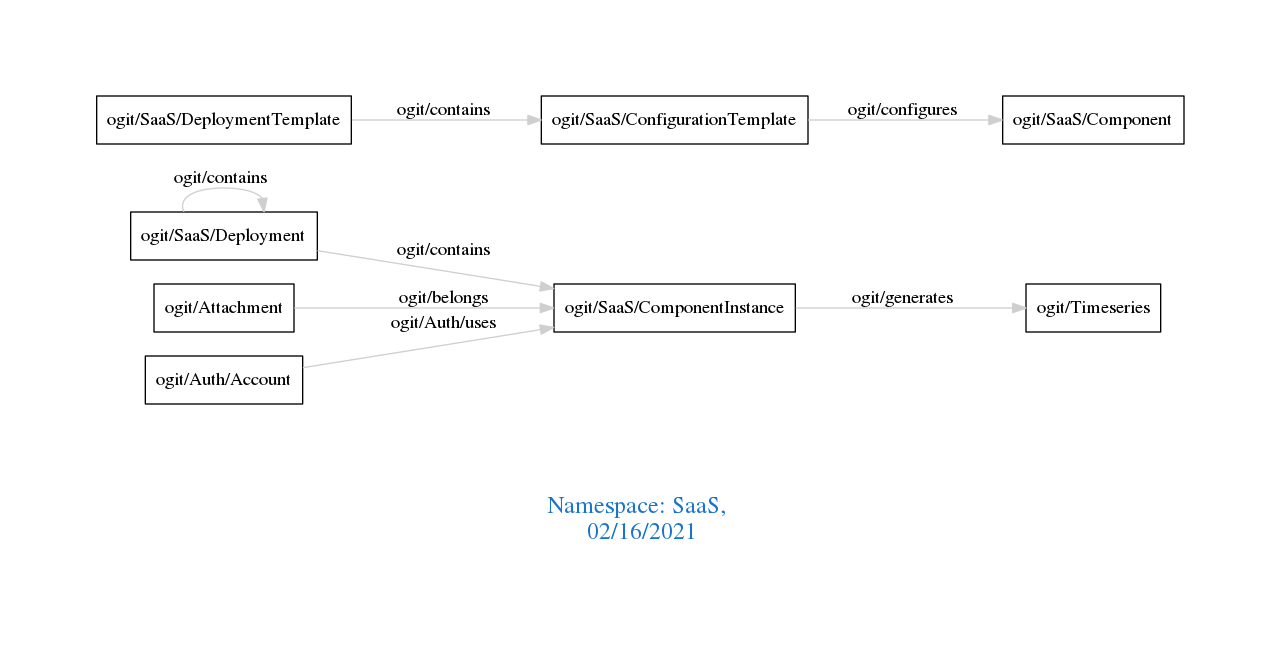
The Graphviz diagram downloads/SaaS.png in arago/OGIT, before a commit. Its source is kept beside it as downloads/SaaS.dot.
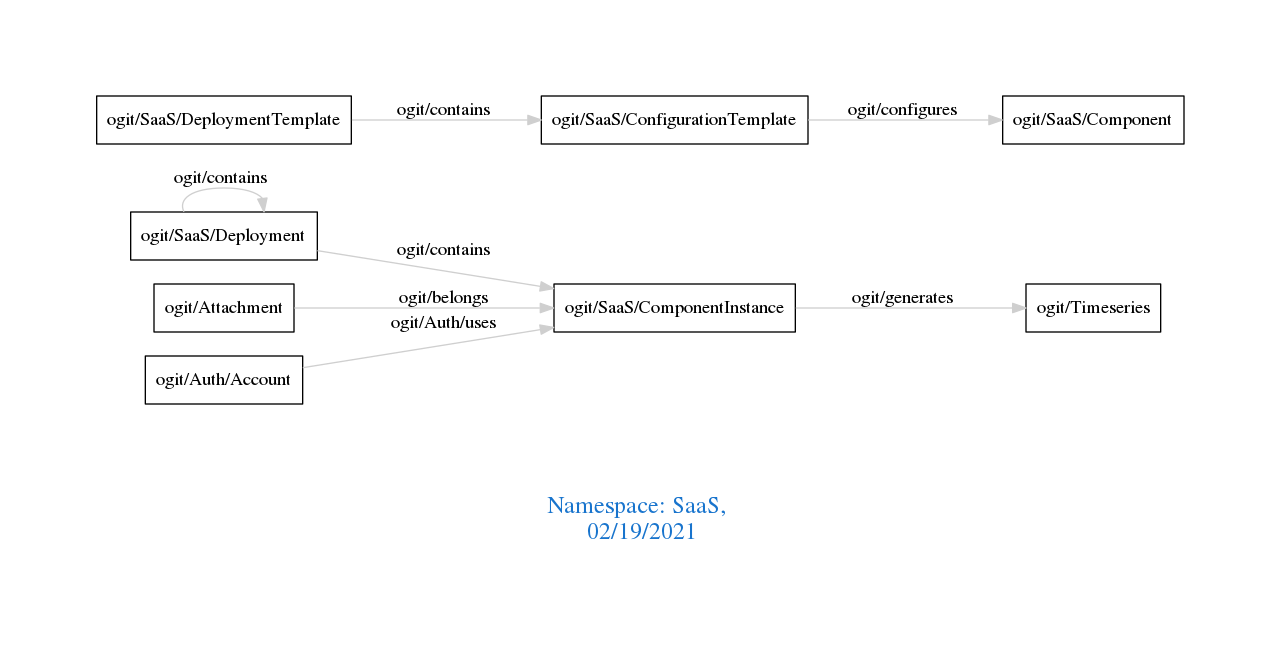
After the commit.

What changed in the source:
```diff
@@ -1,7 +1,7 @@
 digraph OGIT_ontology {
  graph [ rankdir= LR,pad=1
 fontsize = 18,
-fontcolor= dodgerblue3,label = "\n\n\nNamespace: SaaS, \n 02/16/2021"];
+fontcolor= dodgerblue3,label = "\n\n\nNamespace: SaaS, \n 02/19/2021"];
 node[shape=polygon];
 edge [  color="gray81"];
 
```
